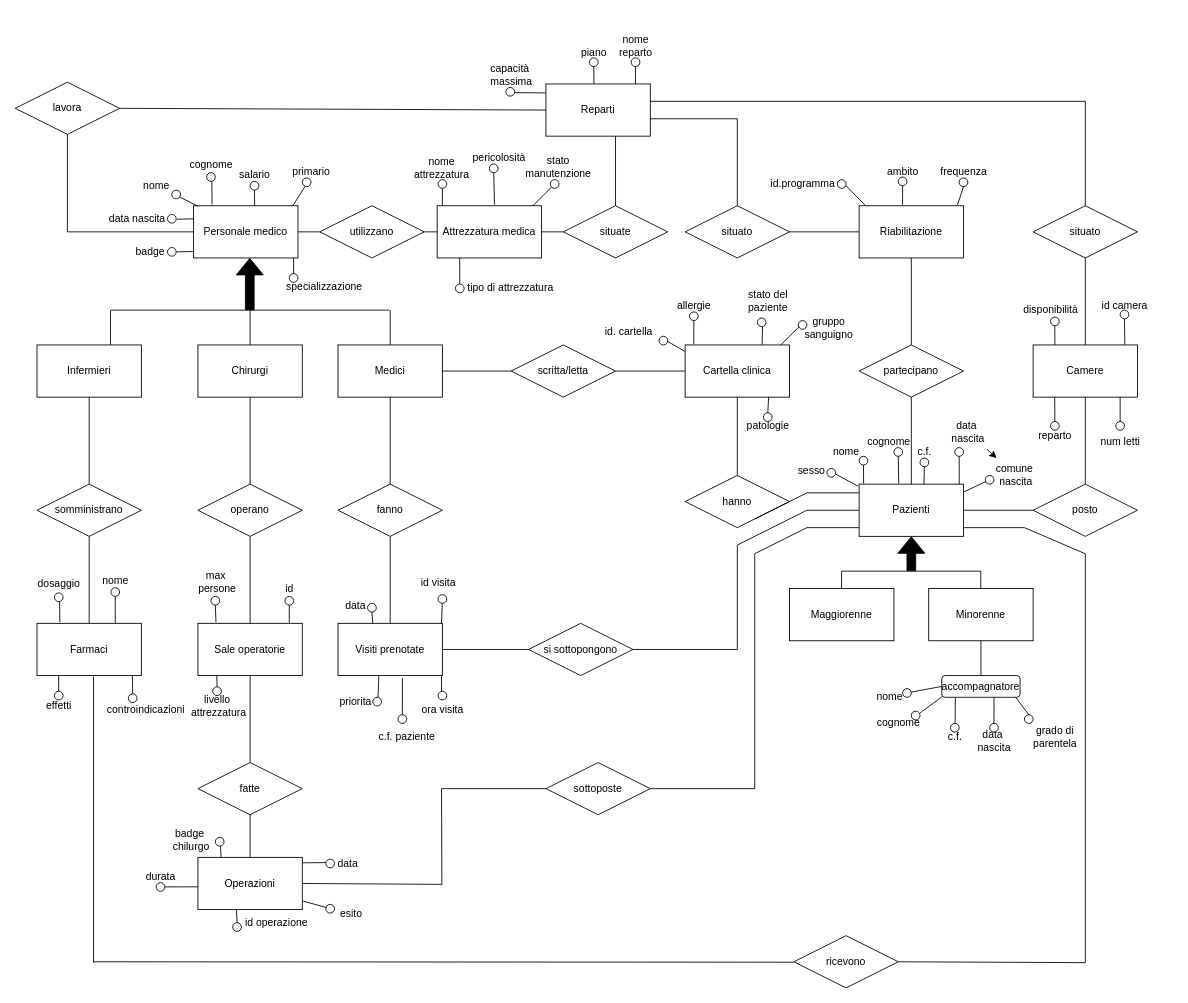
Before: ER-conc.drawio in MicheleDioli/UniPD-database-project-2024, a draw.io diagram. Source tidied: cells renumbered, new cells numbered last; positions are measured from the earlier drawing's top-left corner, leaving out a move shared by most shapes. Both pictures are drawn from the tidied source at 87%, with x=0, y=0 at pixel (15, 28).
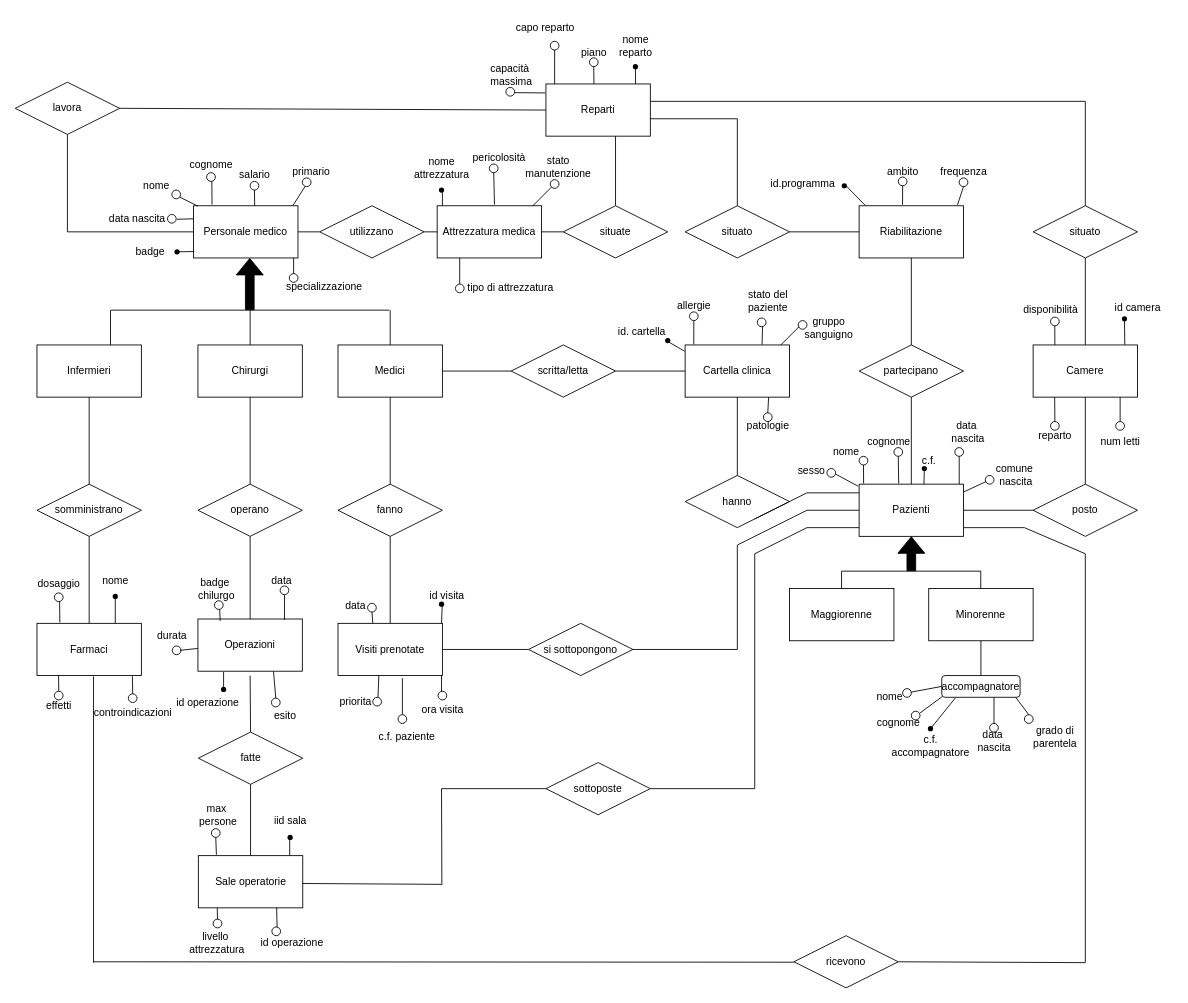
Above is the later version.

Unchanged cells that the change refers to:
```xml
<mxCell id="14" value="Farmaci" style="rounded=0;whiteSpace=wrap;html=1;" parent="1" vertex="1">
  <mxGeometry x="25" y="684" width="120" height="60" as="geometry" />
</mxCell>
<mxCell id="84" value="data&amp;nbsp;&lt;div&gt;nascita&lt;/div&gt;" style="text;html=1;align=center;verticalAlign=middle;points=[];strokeColor=none;fillColor=none;" parent="1" vertex="1">
  <mxGeometry x="1065" y="444" width="60" height="40" as="geometry" />
</mxCell>
<mxCell id="85" value="comune&amp;nbsp;&lt;div&gt;nascita&lt;/div&gt;" style="text;html=1;align=center;verticalAlign=middle;points=[];strokeColor=none;fillColor=none;" parent="1" vertex="1">
  <mxGeometry x="1115" y="494" width="70" height="40" as="geometry" />
</mxCell>
```

Change to the diagram source:
```diff
@@
     <mxCell id="11" value="Sale operatorie" style="rounded=0;whiteSpace=wrap;html=1;" parent="1" vertex="1">
-      <mxGeometry x="210" y="684" width="120" height="60" as="geometry" />
+      <mxGeometry x="210.5" y="951" width="120" height="60" as="geometry" />
     </mxCell>
-    <mxCell id="12" value="Operazioni" style="rounded=0;whiteSpace=wrap;html=1;" parent="1" vertex="1">
-      <mxGeometry x="210" y="953" width="120" height="60" as="geometry" />
-    </mxCell>
@@
     <mxCell id="27" value="fatte" style="shape=rhombus;perimeter=rhombusPerimeter;whiteSpace=wrap;html=1;align=center;" parent="1" vertex="1">
-      <mxGeometry x="210" y="844" width="120" height="60" as="geometry" />
+      <mxGeometry x="210.5" y="809" width="120" height="60" as="geometry" />
     </mxCell>
@@
     <mxCell id="79" value="id camera" style="text;html=1;align=center;verticalAlign=middle;strokeColor=none;fillColor=none;" parent="1" vertex="1">
-      <mxGeometry x="1235" y="304" width="80" height="30" as="geometry" />
+      <mxGeometry x="1250" y="306" width="80" height="30" as="geometry" />
     </mxCell>
@@
-    <mxCell id="83" style="edgeStyle=none;html=1;" parent="1" edge="1" source="84" target="85">
-      <mxGeometry relative="1" as="geometry" />
-    </mxCell>
@@
     <mxCell id="87" value="c.f." style="text;html=1;align=center;verticalAlign=middle;strokeColor=none;fillColor=none;" parent="1" vertex="1">
-      <mxGeometry x="1025" y="472" width="40" height="30" as="geometry" />
+      <mxGeometry x="1030" y="482" width="40" height="30" as="geometry" />
     </mxCell>
-    <mxCell id="88" value="id operazione" style="text;html=1;align=center;verticalAlign=middle;points=[];strokeColor=none;fillColor=none;" parent="1" vertex="1">
-      <mxGeometry x="250" y="1013" width="100" height="30" as="geometry" />
-    </mxCell>
-    <mxCell id="89" value="badge&amp;nbsp;&lt;div&gt;chilurgo&lt;/div&gt;" style="text;html=1;align=center;verticalAlign=middle;strokeColor=none;fillColor=none;" parent="1" vertex="1">
-      <mxGeometry x="167" y="913" width="70" height="40" as="geometry" />
-    </mxCell>
-    <mxCell id="90" value="data" style="text;html=1;align=center;verticalAlign=middle;strokeColor=none;fillColor=none;" parent="1" vertex="1">
-      <mxGeometry x="357" y="945" width="50" height="30" as="geometry" />
-    </mxCell>
-    <mxCell id="91" value="esito" style="text;html=1;align=center;verticalAlign=middle;strokeColor=none;fillColor=none;" parent="1" vertex="1">
-      <mxGeometry x="361" y="1003" width="50" height="30" as="geometry" />
-    </mxCell>
@@
     <mxCell id="94" value="controindicazioni" style="text;html=1;align=center;verticalAlign=middle;strokeColor=none;fillColor=none;" parent="1" vertex="1">
-      <mxGeometry x="95" y="769" width="110" height="30" as="geometry" />
+      <mxGeometry x="80" y="772" width="110" height="30" as="geometry" />
     </mxCell>
@@
     <mxCell id="104" value="id. cartella" style="text;html=1;align=center;verticalAlign=middle;strokeColor=none;fillColor=none;" parent="1" vertex="1">
-      <mxGeometry x="665" y="334" width="80" height="30" as="geometry" />
+      <mxGeometry x="680" y="334" width="80" height="30" as="geometry" />
     </mxCell>
@@
-    <mxCell id="111" value="id" style="text;html=1;align=center;verticalAlign=middle;strokeColor=none;fillColor=none;" parent="1" vertex="1">
-      <mxGeometry x="300" y="629" width="30" height="30" as="geometry" />
+    <mxCell id="111" value="iid sala" style="text;html=1;align=center;verticalAlign=middle;strokeColor=none;fillColor=none;" parent="1" vertex="1">
+      <mxGeometry x="285.5" y="896" width="60" height="30" as="geometry" />
     </mxCell>
     <mxCell id="112" value="livello&lt;div&gt;&amp;nbsp;attrezzatura&lt;/div&gt;" style="text;html=1;align=center;verticalAlign=middle;strokeColor=none;fillColor=none;" parent="1" vertex="1">
-      <mxGeometry x="187" y="759" width="90" height="40" as="geometry" />
+      <mxGeometry x="185" y="1031" width="90" height="40" as="geometry" />
     </mxCell>
     <mxCell id="113" value="max&amp;nbsp;&lt;div&gt;persone&lt;/div&gt;" style="text;html=1;align=center;verticalAlign=middle;strokeColor=none;fillColor=none;" parent="1" vertex="1">
-      <mxGeometry x="197" y="617" width="70" height="40" as="geometry" />
+      <mxGeometry x="197.5" y="884" width="70" height="40" as="geometry" />
     </mxCell>
@@
-    <mxCell id="121" style="ellipse;whiteSpace=wrap;html=1;" parent="1" vertex="1">
-      <mxGeometry x="175" y="252" width="10" height="10" as="geometry" />
-    </mxCell>
@@
-    <mxCell id="129" style="ellipse;whiteSpace=wrap;html=1;" parent="1" vertex="1">
-      <mxGeometry x="945" y="174" width="10" height="10" as="geometry" />
-    </mxCell>
@@
-    <mxCell id="135" style="ellipse;whiteSpace=wrap;html=1;" parent="1" vertex="1">
-      <mxGeometry x="1270" y="324" width="10" height="10" as="geometry" />
-    </mxCell>
@@
-    <mxCell id="144" value="c.f." style="text;html=1;align=center;verticalAlign=middle;points=[];strokeColor=none;fillColor=none;" parent="1" vertex="1">
-      <mxGeometry x="1060" y="799" width="40" height="30" as="geometry" />
+    <mxCell id="144" value="c.f. &lt;br&gt;accompagnatore" style="text;html=1;align=center;verticalAlign=middle;points=[];strokeColor=none;fillColor=none;" parent="1" vertex="1">
+      <mxGeometry x="997" y="805" width="110" height="40" as="geometry" />
     </mxCell>
@@
-    <mxCell id="148" style="ellipse;whiteSpace=wrap;html=1;" parent="1" vertex="1">
-      <mxGeometry x="1075" y="799" width="10" height="10" as="geometry" />
-    </mxCell>
@@
-    <mxCell id="158" style="ellipse;whiteSpace=wrap;html=1;" parent="1" vertex="1">
-      <mxGeometry x="1040" y="494" width="10" height="10" as="geometry" />
-    </mxCell>
@@
-    <mxCell id="168" style="ellipse;whiteSpace=wrap;html=1;" parent="1" vertex="1">
-      <mxGeometry x="740" y="354" width="10" height="10" as="geometry" />
-    </mxCell>
@@
-    <mxCell id="178" style="ellipse;whiteSpace=wrap;html=1;" parent="1" vertex="1">
-      <mxGeometry x="486" y="174" width="10" height="10" as="geometry" />
-    </mxCell>
@@
     <mxCell id="182" style="ellipse;whiteSpace=wrap;html=1;" parent="1" vertex="1">
-      <mxGeometry x="225" y="653" width="10" height="10" as="geometry" />
+      <mxGeometry x="225.5" y="920" width="10" height="10" as="geometry" />
     </mxCell>
-    <mxCell id="183" style="ellipse;whiteSpace=wrap;html=1;" parent="1" vertex="1">
-      <mxGeometry x="310" y="653" width="10" height="10" as="geometry" />
-    </mxCell>
     <mxCell id="184" style="ellipse;whiteSpace=wrap;html=1;" parent="1" vertex="1">
-      <mxGeometry x="227" y="757" width="10" height="10" as="geometry" />
+      <mxGeometry x="227.5" y="1024" width="10" height="10" as="geometry" />
     </mxCell>
@@
-    <mxCell id="186" style="ellipse;whiteSpace=wrap;html=1;" parent="1" vertex="1">
-      <mxGeometry x="110" y="643" width="10" height="10" as="geometry" />
-    </mxCell>
@@
-    <mxCell id="189" style="ellipse;whiteSpace=wrap;html=1;" parent="1" vertex="1">
-      <mxGeometry x="357" y="955" width="10" height="10" as="geometry" />
-    </mxCell>
-    <mxCell id="190" style="ellipse;whiteSpace=wrap;html=1;" parent="1" vertex="1">
-      <mxGeometry x="357" y="1007" width="10" height="10" as="geometry" />
-    </mxCell>
-    <mxCell id="191" style="ellipse;whiteSpace=wrap;html=1;" parent="1" vertex="1">
-      <mxGeometry x="230" y="930" width="10" height="10" as="geometry" />
-    </mxCell>
-    <mxCell id="192" style="ellipse;whiteSpace=wrap;html=1;" parent="1" vertex="1">
-      <mxGeometry x="250" y="1028" width="10" height="10" as="geometry" />
-    </mxCell>
@@
-    <mxCell id="194" style="endArrow=none;html=1;rounded=0;exitX=0.75;exitY=0;exitDx=0;exitDy=0;entryX=0.5;entryY=1;entryDx=0;entryDy=0;" parent="1" edge="1" source="14" target="186">
+    <mxCell id="194" style="endArrow=none;html=1;rounded=0;exitX=0.75;exitY=0;exitDx=0;exitDy=0;entryX=0.5;entryY=1;entryDx=0;entryDy=0;" parent="1" edge="1" source="14" target="280">
       <mxGeometry relative="1" as="geometry" />
     </mxCell>
@@
-    <mxCell id="200" style="endArrow=none;html=1;rounded=0;entryX=0.5;entryY=1;entryDx=0;entryDy=0;" parent="1" edge="1" target="183">
+    <mxCell id="200" style="endArrow=none;html=1;rounded=0;entryX=0.5;entryY=1;entryDx=0;entryDy=0;" parent="1" edge="1">
       <mxGeometry relative="1" as="geometry">
-        <mxPoint x="315" y="684" as="sourcePoint" />
+        <mxPoint x="315.5" y="951" as="sourcePoint" />
+        <mxPoint x="315.5" y="930" as="targetPoint" />
       </mxGeometry>
     </mxCell>
     <mxCell id="201" style="endArrow=none;html=1;rounded=0;entryX=0.181;entryY=1;entryDx=0;entryDy=0;entryPerimeter=0;" parent="1" edge="1" target="11">
       <mxGeometry relative="1" as="geometry">
-        <mxPoint x="232" y="757" as="sourcePoint" />
+        <mxPoint x="232.5" y="1024" as="sourcePoint" />
       </mxGeometry>
     </mxCell>
-    <mxCell id="202" style="endArrow=none;html=1;rounded=0;entryX=0.043;entryY=0.005;entryDx=0;entryDy=0;entryPerimeter=0;" parent="1" edge="1" target="88">
-      <mxGeometry relative="1" as="geometry">
-        <mxPoint x="255" y="1028" as="sourcePoint" />
-      </mxGeometry>
-    </mxCell>
-    <mxCell id="203" style="endArrow=none;html=1;rounded=0;exitX=0.88;exitY=0.952;exitDx=0;exitDy=0;exitPerimeter=0;" parent="1" edge="1">
-      <mxGeometry relative="1" as="geometry">
-        <mxPoint x="236.6" y="953.1" as="sourcePoint" />
-        <mxPoint x="236" y="940" as="targetPoint" />
-      </mxGeometry>
-    </mxCell>
-    <mxCell id="204" style="endArrow=none;html=1;rounded=0;exitX=1.003;exitY=0.104;exitDx=0;exitDy=0;exitPerimeter=0;" parent="1" edge="1" source="12">
-      <mxGeometry relative="1" as="geometry">
-        <mxPoint x="357" y="959" as="targetPoint" />
-      </mxGeometry>
-    </mxCell>
-    <mxCell id="205" style="endArrow=none;html=1;rounded=0;exitX=1.008;exitY=0.838;exitDx=0;exitDy=0;exitPerimeter=0;entryX=0.035;entryY=0.358;entryDx=0;entryDy=0;entryPerimeter=0;" parent="1" edge="1" source="12" target="190">
-      <mxGeometry relative="1" as="geometry" />
-    </mxCell>
-    <mxCell id="206" style="endArrow=none;html=1;exitX=0.5;exitY=0;exitDx=0;exitDy=0;entryX=0.5;entryY=1;entryDx=0;entryDy=0;" parent="1" edge="1" source="12" target="27">
-      <mxGeometry relative="1" as="geometry" />
-    </mxCell>
-    <mxCell id="207" style="endArrow=none;html=1;exitX=1;exitY=0.5;exitDx=0;exitDy=0;" parent="1" edge="1" source="12">
+    <mxCell id="207" style="endArrow=none;html=1;exitX=1;exitY=0.5;exitDx=0;exitDy=0;" parent="1" edge="1">
       <mxGeometry relative="1" as="geometry">
+        <mxPoint x="330" y="983" as="sourcePoint" />
         <mxPoint x="490" y="984" as="targetPoint" />
       </mxGeometry>
     </mxCell>
@@
-    <mxCell id="230" style="ellipse;whiteSpace=wrap;html=1;" parent="1" vertex="1">
-      <mxGeometry x="708" y="34" width="10" height="10" as="geometry" />
-    </mxCell>
-    <mxCell id="231" style="endArrow=none;html=1;rounded=0;exitX=0.793;exitY=-0.001;exitDx=0;exitDy=0;exitPerimeter=0;" parent="1" edge="1">
+    <mxCell id="231" style="endArrow=none;html=1;rounded=0;exitX=0.793;exitY=-0.001;exitDx=0;exitDy=0;exitPerimeter=0;" parent="1" edge="1" target="279">
       <mxGeometry relative="1" as="geometry">
         <mxPoint x="713" y="64" as="sourcePoint" />
-        <mxPoint x="712.9" y="44.1" as="targetPoint" />
       </mxGeometry>
     </mxCell>
@@
-    <mxCell id="242" value="durata&lt;div&gt;&lt;br&gt;&lt;/div&gt;" style="text;html=1;align=center;verticalAlign=middle;strokeColor=none;fillColor=none;" parent="1" vertex="1">
-      <mxGeometry x="137" y="963" width="60" height="40" as="geometry" />
-    </mxCell>
-    <mxCell id="243" style="ellipse;whiteSpace=wrap;html=1;" parent="1" vertex="1">
-      <mxGeometry x="162" y="982" width="10" height="10" as="geometry" />
-    </mxCell>
-    <mxCell id="244" style="endArrow=none;html=1;rounded=0;exitX=-0.001;exitY=0.564;exitDx=0;exitDy=0;exitPerimeter=0;" parent="1" edge="1" source="12">
-      <mxGeometry relative="1" as="geometry">
-        <mxPoint x="172.4" y="986.9" as="targetPoint" />
-      </mxGeometry>
-    </mxCell>
@@
     <mxCell id="247" value="id visita" style="text;html=1;align=center;verticalAlign=middle;strokeColor=none;fillColor=none;" parent="1" vertex="1">
-      <mxGeometry x="456" y="622" width="60" height="30" as="geometry" />
+      <mxGeometry x="466" y="638" width="60" height="30" as="geometry" />
     </mxCell>
@@
-    <mxCell id="251" style="endArrow=none;html=1;startArrow=none;" parent="1" edge="1" source="253">
-      <mxGeometry relative="1" as="geometry">
-        <mxPoint x="490" y="654" as="targetPoint" />
-      </mxGeometry>
-    </mxCell>
-    <mxCell id="252" style="endArrow=none;html=1;" parent="1" edge="1" target="253">
+    <mxCell id="252" style="endArrow=none;html=1;" parent="1" edge="1">
       <mxGeometry relative="1" as="geometry">
         <mxPoint x="490" y="684" as="sourcePoint" />
+        <mxPoint x="490.9" y="661" as="targetPoint" />
       </mxGeometry>
     </mxCell>
-    <mxCell id="253" style="ellipse;whiteSpace=wrap;html=1;" parent="1" vertex="1">
-      <mxGeometry x="486" y="651" width="10" height="10" as="geometry" />
-    </mxCell>
@@
+    <mxCell id="12" value="Operazioni" style="rounded=0;whiteSpace=wrap;html=1;" parent="1" vertex="1">
+      <mxGeometry x="210" y="679" width="120" height="60" as="geometry" />
+    </mxCell>
+    <mxCell id="261" value="id operazione" style="text;html=1;align=center;verticalAlign=middle;strokeColor=none;fillColor=none;" parent="1" vertex="1">
+      <mxGeometry x="171" y="761" width="100" height="30" as="geometry" />
+    </mxCell>
+    <mxCell id="89" value="badge&amp;nbsp;&lt;div&gt;chilurgo&lt;/div&gt;" style="text;html=1;align=center;verticalAlign=middle;strokeColor=none;fillColor=none;" parent="1" vertex="1">
+      <mxGeometry x="195.5" y="624" width="70" height="40" as="geometry" />
+    </mxCell>
+    <mxCell id="90" value="data" style="text;html=1;align=center;verticalAlign=middle;strokeColor=none;fillColor=none;" parent="1" vertex="1">
+      <mxGeometry x="280.5" y="620" width="50" height="30" as="geometry" />
+    </mxCell>
+    <mxCell id="91" value="esito" style="text;html=1;align=center;verticalAlign=middle;strokeColor=none;fillColor=none;" parent="1" vertex="1">
+      <mxGeometry x="284.5" y="775" width="50" height="30" as="geometry" />
+    </mxCell>
+    <mxCell id="262" style="ellipse;whiteSpace=wrap;html=1;" parent="1" vertex="1">
+      <mxGeometry x="304.5" y="641" width="10" height="10" as="geometry" />
+    </mxCell>
+    <mxCell id="263" style="ellipse;whiteSpace=wrap;html=1;" parent="1" vertex="1">
+      <mxGeometry x="294.5" y="770" width="10" height="10" as="geometry" />
+    </mxCell>
+    <mxCell id="264" style="ellipse;whiteSpace=wrap;html=1;" parent="1" vertex="1">
+      <mxGeometry x="229" y="658" width="10" height="10" as="geometry" />
+    </mxCell>
+    <mxCell id="265" style="endArrow=none;html=1;rounded=0;exitX=0.88;exitY=0.952;exitDx=0;exitDy=0;exitPerimeter=0;" parent="1" edge="1">
+      <mxGeometry relative="1" as="geometry">
+        <mxPoint x="235.6" y="681.1" as="sourcePoint" />
+        <mxPoint x="235" y="668" as="targetPoint" />
+      </mxGeometry>
+    </mxCell>
+    <mxCell id="266" style="endArrow=none;html=1;rounded=0;entryX=0.5;entryY=1;entryDx=0;entryDy=0;" parent="1" edge="1" target="262">
+      <mxGeometry relative="1" as="geometry">
+        <mxPoint x="309.5" y="680" as="sourcePoint" />
+      </mxGeometry>
+    </mxCell>
+    <mxCell id="267" style="endArrow=none;html=1;rounded=0;exitX=0.724;exitY=1.003;exitDx=0;exitDy=0;exitPerimeter=0;" parent="1" edge="1" source="12">
+      <mxGeometry relative="1" as="geometry">
+        <mxPoint x="299.5" y="770" as="targetPoint" />
+      </mxGeometry>
+    </mxCell>
+    <mxCell id="268" style="ellipse;whiteSpace=wrap;html=1;" parent="1" vertex="1">
+      <mxGeometry x="180.5" y="710" width="10" height="10" as="geometry" />
+    </mxCell>
+    <mxCell id="269" style="endArrow=none;html=1;rounded=0;exitX=-0.001;exitY=0.564;exitDx=0;exitDy=0;exitPerimeter=0;" parent="1" edge="1" source="12">
+      <mxGeometry relative="1" as="geometry">
+        <mxPoint x="189.5" y="715" as="targetPoint" />
+      </mxGeometry>
+    </mxCell>
+    <mxCell id="270" style="endArrow=none;html=1;" parent="1" edge="1" source="281">
+      <mxGeometry relative="1" as="geometry">
+        <mxPoint x="239.5" y="740" as="targetPoint" />
+      </mxGeometry>
+    </mxCell>
+    <mxCell id="242" value="durata" style="text;html=1;align=center;verticalAlign=middle;strokeColor=none;fillColor=none;" parent="1" vertex="1">
+      <mxGeometry x="150" y="684" width="60" height="30" as="geometry" />
+    </mxCell>
+    <mxCell id="271" style="endArrow=none;html=1;entryX=0.75;entryY=1;entryDx=0;entryDy=0;" parent="1" edge="1" target="11">
+      <mxGeometry relative="1" as="geometry">
+        <mxPoint x="301" y="1034" as="sourcePoint" />
+      </mxGeometry>
+    </mxCell>
+    <mxCell id="272" style="ellipse;whiteSpace=wrap;html=1;" parent="1" vertex="1">
+      <mxGeometry x="295" y="1033" width="10" height="10" as="geometry" />
+    </mxCell>
+    <mxCell id="273" value="id operazione" style="text;html=1;align=center;verticalAlign=middle;strokeColor=none;fillColor=none;" parent="1" vertex="1">
+      <mxGeometry x="267.5" y="1036" width="100" height="30" as="geometry" />
+    </mxCell>
+    <mxCell id="274" style="endArrow=none;html=1;entryX=0.5;entryY=1;entryDx=0;entryDy=0;exitX=0.5;exitY=0;exitDx=0;exitDy=0;" parent="1" edge="1" source="11" target="27">
+      <mxGeometry relative="1" as="geometry" />
+    </mxCell>
+    <mxCell id="275" style="endArrow=none;html=1;" parent="1" edge="1">
+      <mxGeometry relative="1" as="geometry">
+        <mxPoint x="620" y="64" as="sourcePoint" />
+        <mxPoint x="620" y="24" as="targetPoint" />
+      </mxGeometry>
+    </mxCell>
+    <mxCell id="276" style="ellipse;whiteSpace=wrap;html=1;" parent="1" vertex="1">
+      <mxGeometry x="615" y="15" width="10" height="10" as="geometry" />
+    </mxCell>
+    <mxCell id="277" value="capo reparto" style="text;html=1;align=center;verticalAlign=middle;strokeColor=none;fillColor=none;" parent="1" vertex="1">
+      <mxGeometry x="564" y="-15" width="90" height="30" as="geometry" />
+    </mxCell>
+    <mxCell id="278" style="shape=waypoint;sketch=0;fillStyle=solid;size=6;fillColor=none;perimeter=centerPerimeter;" parent="1" vertex="1">
+      <mxGeometry x="176" y="247" width="20" height="20" as="geometry" />
+    </mxCell>
+    <mxCell id="279" style="shape=waypoint;sketch=0;fillStyle=solid;size=6;points=[];fillColor=none;perimeter=centerPerimeter;snapToPoint=1;" parent="1" vertex="1">
+      <mxGeometry x="702.9" y="34.1" width="20" height="20" as="geometry" />
+    </mxCell>
+    <mxCell id="280" style="shape=waypoint;sketch=0;fillStyle=solid;size=6;points=[];fillColor=none;perimeter=centerPerimeter;snapToPoint=1;" parent="1" vertex="1">
+      <mxGeometry x="105" y="643" width="20" height="20" as="geometry" />
+    </mxCell>
+    <mxCell id="281" style="shape=waypoint;sketch=0;fillStyle=solid;size=6;points=[];fillColor=none;perimeter=centerPerimeter;snapToPoint=1;" parent="1" vertex="1">
+      <mxGeometry x="229.5" y="750" width="20" height="20" as="geometry" />
+    </mxCell>
+    <mxCell id="282" style="shape=waypoint;sketch=0;fillStyle=solid;size=6;fillColor=none;perimeter=centerPerimeter;" parent="1" vertex="1">
+      <mxGeometry x="306" y="920" width="20" height="20" as="geometry" />
+    </mxCell>
+    <mxCell id="283" style="shape=waypoint;sketch=0;fillStyle=solid;size=6;fillColor=none;perimeter=centerPerimeter;" parent="1" vertex="1">
+      <mxGeometry x="480" y="652" width="20" height="20" as="geometry" />
+    </mxCell>
+    <mxCell id="284" style="shape=waypoint;sketch=0;fillStyle=solid;size=6;fillColor=none;perimeter=centerPerimeter;" parent="1" vertex="1">
+      <mxGeometry x="480" y="176" width="20" height="20" as="geometry" />
+    </mxCell>
+    <mxCell id="285" style="shape=waypoint;sketch=0;fillStyle=solid;size=6;fillColor=none;perimeter=centerPerimeter;" parent="1" vertex="1">
+      <mxGeometry x="740" y="349" width="20" height="20" as="geometry" />
+    </mxCell>
+    <mxCell id="286" style="shape=waypoint;sketch=0;fillStyle=solid;size=6;fillColor=none;perimeter=centerPerimeter;" parent="1" vertex="1">
+      <mxGeometry x="943" y="171" width="20" height="20" as="geometry" />
+    </mxCell>
+    <mxCell id="287" style="shape=waypoint;sketch=0;fillStyle=solid;size=6;fillColor=none;perimeter=centerPerimeter;" parent="1" vertex="1">
+      <mxGeometry x="1265" y="324" width="20" height="20" as="geometry" />
+    </mxCell>
+    <mxCell id="288" style="shape=waypoint;sketch=0;fillStyle=solid;size=6;fillColor=none;perimeter=centerPerimeter;" parent="1" vertex="1">
+      <mxGeometry x="1035" y="496" width="20" height="20" as="geometry" />
+    </mxCell>
+    <mxCell id="289" style="shape=waypoint;sketch=0;fillStyle=solid;size=6;fillColor=none;perimeter=centerPerimeter;" parent="1" vertex="1">
+      <mxGeometry x="1042" y="795" width="20" height="20" as="geometry" />
+    </mxCell>
```
